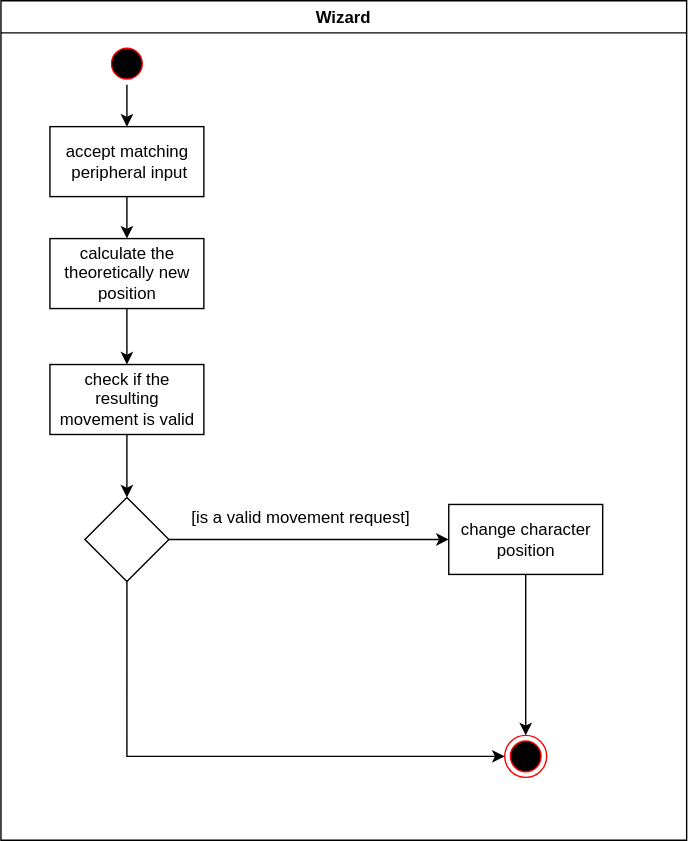
Wizards-vs-Robots/documentation keeps this draw.io diagram as activity_diagrams/move_wizard.svg. Above is the earlier version. Source tidied: cells renumbered, new cells last; positions are measured from the earlier drawing's top-left corner, leaving out a move shared by most shapes.
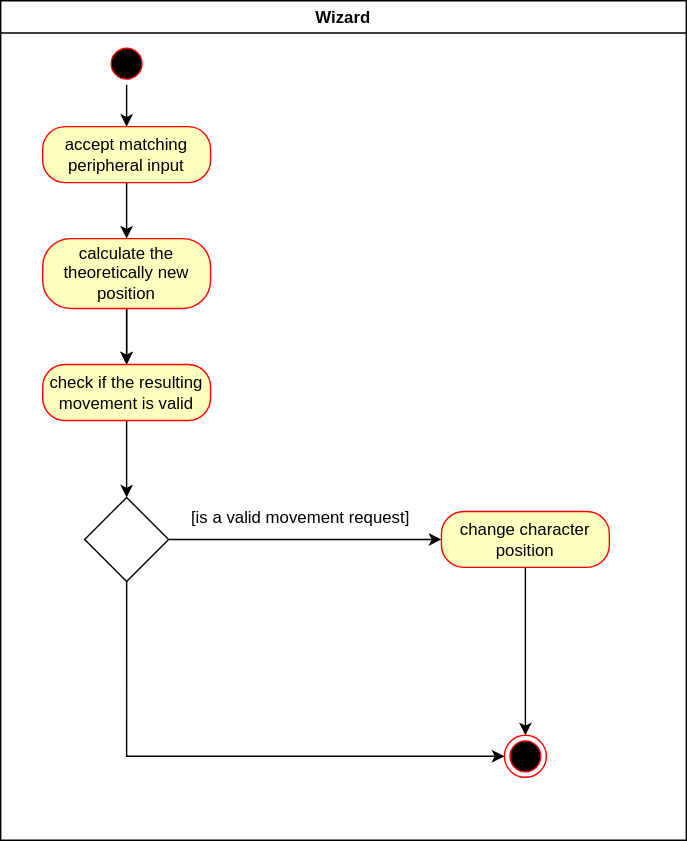
Later version of the same file.

Change to the diagram source:
```diff
@@ -8,12 +8,12 @@
     <mxCell id="3" style="ellipse;html=1;shape=endState;fillColor=#000000;strokeColor=#ff0000;" parent="2" vertex="1">
       <mxGeometry x="360" y="525" width="30" height="30" as="geometry" />
     </mxCell>
-    <mxCell id="4" style="edgeStyle=orthogonalEdgeStyle;rounded=0;jettySize=auto;html=1;exitX=0.5;exitY=1;exitDx=0;exitDy=0;" parent="2" edge="1" source="5" target="15">
-      <mxGeometry relative="1" as="geometry" />
+    <mxCell id="4" style="edgeStyle=orthogonalEdgeStyle;rounded=0;orthogonalLoop=1;jettySize=auto;html=1;exitX=0.5;exitY=1;exitDx=0;exitDy=0;" parent="2" edge="1">
+      <mxGeometry relative="1" as="geometry">
+        <mxPoint x="90" y="220" as="sourcePoint" />
+        <mxPoint x="90" y="260" as="targetPoint" />
+      </mxGeometry>
     </mxCell>
-    <mxCell id="5" value="calculate the&lt;br&gt;theoretically new&lt;br&gt;position" style="html=1;" parent="2" vertex="1">
-      <mxGeometry x="35" y="170" width="110" height="50" as="geometry" />
-    </mxCell>
     <mxCell id="6" style="edgeStyle=orthogonalEdgeStyle;rounded=0;jettySize=auto;html=1;entryX=0;entryY=0.5;entryDx=0;entryDy=0;" parent="2" edge="1" target="3">
       <mxGeometry relative="1" as="geometry">
         <mxPoint x="90" y="415" as="sourcePoint" />
@@ -22,7 +22,7 @@
         </Array>
       </mxGeometry>
     </mxCell>
-    <mxCell id="7" style="edgeStyle=orthogonalEdgeStyle;rounded=0;jettySize=auto;html=1;entryX=0;entryY=0.5;entryDx=0;entryDy=0;" parent="2" edge="1" target="12">
+    <mxCell id="7" style="edgeStyle=orthogonalEdgeStyle;rounded=0;jettySize=auto;html=1;" parent="2" edge="1" target="12">
       <mxGeometry relative="1" as="geometry">
         <mxPoint x="120" y="385" as="sourcePoint" />
       </mxGeometry>
@@ -30,7 +30,7 @@
     <mxCell id="8" style="rhombus;whiteSpace=wrap;html=1;" parent="2" vertex="1">
       <mxGeometry x="60" y="355" width="60" height="60" as="geometry" />
     </mxCell>
-    <mxCell id="9" style="edgeStyle=orthogonalEdgeStyle;rounded=0;jettySize=auto;html=1;entryX=0.5;entryY=0;entryDx=0;entryDy=0;" parent="2" edge="1" source="10" target="17">
+    <mxCell id="9" style="edgeStyle=orthogonalEdgeStyle;rounded=0;jettySize=auto;html=1;" parent="2" edge="1" source="10" target="17">
       <mxGeometry relative="1" as="geometry" />
     </mxCell>
     <mxCell id="10" style="ellipse;html=1;shape=startState;fillColor=#000000;strokeColor=#ff0000;" parent="2" vertex="1">
@@ -39,23 +39,31 @@
     <mxCell id="11" style="edgeStyle=orthogonalEdgeStyle;rounded=0;jettySize=auto;html=1;entryX=0.5;entryY=0;entryDx=0;entryDy=0;" parent="2" edge="1" source="12" target="3">
       <mxGeometry relative="1" as="geometry" />
     </mxCell>
-    <mxCell id="12" value="change character&lt;br&gt;position" style="html=1;" parent="2" vertex="1">
-      <mxGeometry x="320" y="360" width="110" height="50" as="geometry" />
-    </mxCell>
     <mxCell id="13" value="[is a valid movement request]" style="text;html=1;align=center;verticalAlign=middle;strokeColor=none;fillColor=none;" parent="2" vertex="1">
       <mxGeometry x="129" y="360" width="170" height="20" as="geometry" />
     </mxCell>
-    <mxCell id="14" style="edgeStyle=orthogonalEdgeStyle;rounded=0;jettySize=auto;html=1;exitX=0.5;exitY=1;exitDx=0;exitDy=0;entryX=0.5;entryY=0;entryDx=0;entryDy=0;" parent="2" edge="1" source="15" target="8">
+    <mxCell id="14" style="edgeStyle=orthogonalEdgeStyle;rounded=0;jettySize=auto;html=1;entryX=0.5;entryY=0;entryDx=0;entryDy=0;" parent="2" edge="1" source="15" target="8">
       <mxGeometry relative="1" as="geometry" />
     </mxCell>
-    <mxCell id="15" value="check if the&lt;br&gt;resulting&lt;br&gt;movement is valid" style="html=1;" parent="2" vertex="1">
-      <mxGeometry x="35" y="260" width="110" height="50" as="geometry" />
-    </mxCell>
-    <mxCell id="16" style="edgeStyle=orthogonalEdgeStyle;rounded=0;jettySize=auto;html=1;entryX=0.5;entryY=0;entryDx=0;entryDy=0;" parent="2" edge="1" source="17" target="5">
-      <mxGeometry relative="1" as="geometry" />
+    <mxCell id="16" style="edgeStyle=orthogonalEdgeStyle;rounded=0;jettySize=auto;html=1;entryX=0.5;entryY=0;entryDx=0;entryDy=0;exitX=0.5;exitY=1;exitDx=0;exitDy=0;" parent="2" edge="1" source="17">
+      <mxGeometry relative="1" as="geometry">
+        <mxPoint x="90" y="170" as="targetPoint" />
+      </mxGeometry>
     </mxCell>
-    <mxCell id="17" value="accept matching&lt;br&gt;&amp;nbsp;peripheral input" style="html=1;" parent="2" vertex="1">
-      <mxGeometry x="35" y="90" width="110" height="50" as="geometry" />
+    <mxCell id="17" value="accept matching peripheral input" style="rounded=1;whiteSpace=wrap;html=1;arcSize=40;fontColor=#000000;fillColor=#ffffc0;strokeColor=#ff0000;" parent="2" vertex="1">
+      <mxGeometry x="30" y="90" width="120" height="40" as="geometry" />
     </mxCell>
+    <mxCell id="18" style="edgeStyle=orthogonalEdgeStyle;rounded=0;jettySize=auto;html=1;" parent="2" edge="1" source="5" target="15">
+      <mxGeometry relative="1" as="geometry" />
+    </mxCell>
+    <mxCell id="5" value="calculate the theoretically new position" style="rounded=1;whiteSpace=wrap;html=1;arcSize=40;fontColor=#000000;fillColor=#ffffc0;strokeColor=#ff0000;" parent="2" vertex="1">
+      <mxGeometry x="30" y="170" width="120" height="50" as="geometry" />
+    </mxCell>
+    <mxCell id="15" value="check if the resulting movement is valid" style="rounded=1;whiteSpace=wrap;html=1;arcSize=40;fontColor=#000000;fillColor=#ffffc0;strokeColor=#ff0000;" parent="2" vertex="1">
+      <mxGeometry x="30" y="260" width="120" height="40" as="geometry" />
+    </mxCell>
+    <mxCell id="12" value="change character position" style="rounded=1;whiteSpace=wrap;html=1;arcSize=40;fontColor=#000000;fillColor=#ffffc0;strokeColor=#ff0000;" parent="2" vertex="1">
+      <mxGeometry x="315" y="365" width="120" height="40" as="geometry" />
+    </mxCell>
   </root>
 </mxGraphModel>
```
